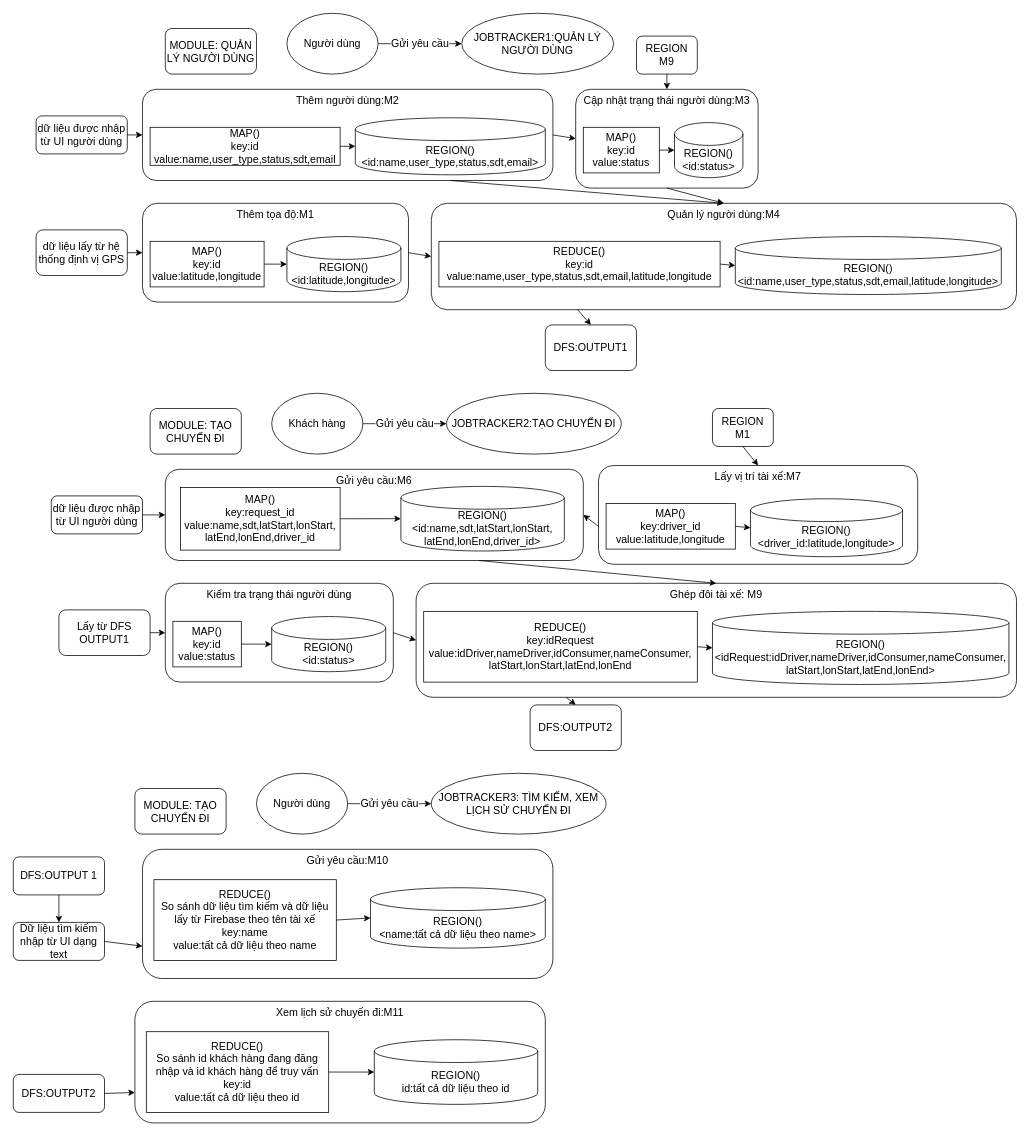
Above: Untitled Diagram.drawio in nguyenmanhtuan2004/bigdataproject (draw.io), before the change. Source tidied: cells renumbered, new cells numbered last; positions are measured from the earlier drawing's top-left corner, leaving out a move shared by most shapes. Both pictures are drawn from the tidied source at 76%, with x=0, y=0 at pixel (13, 13).
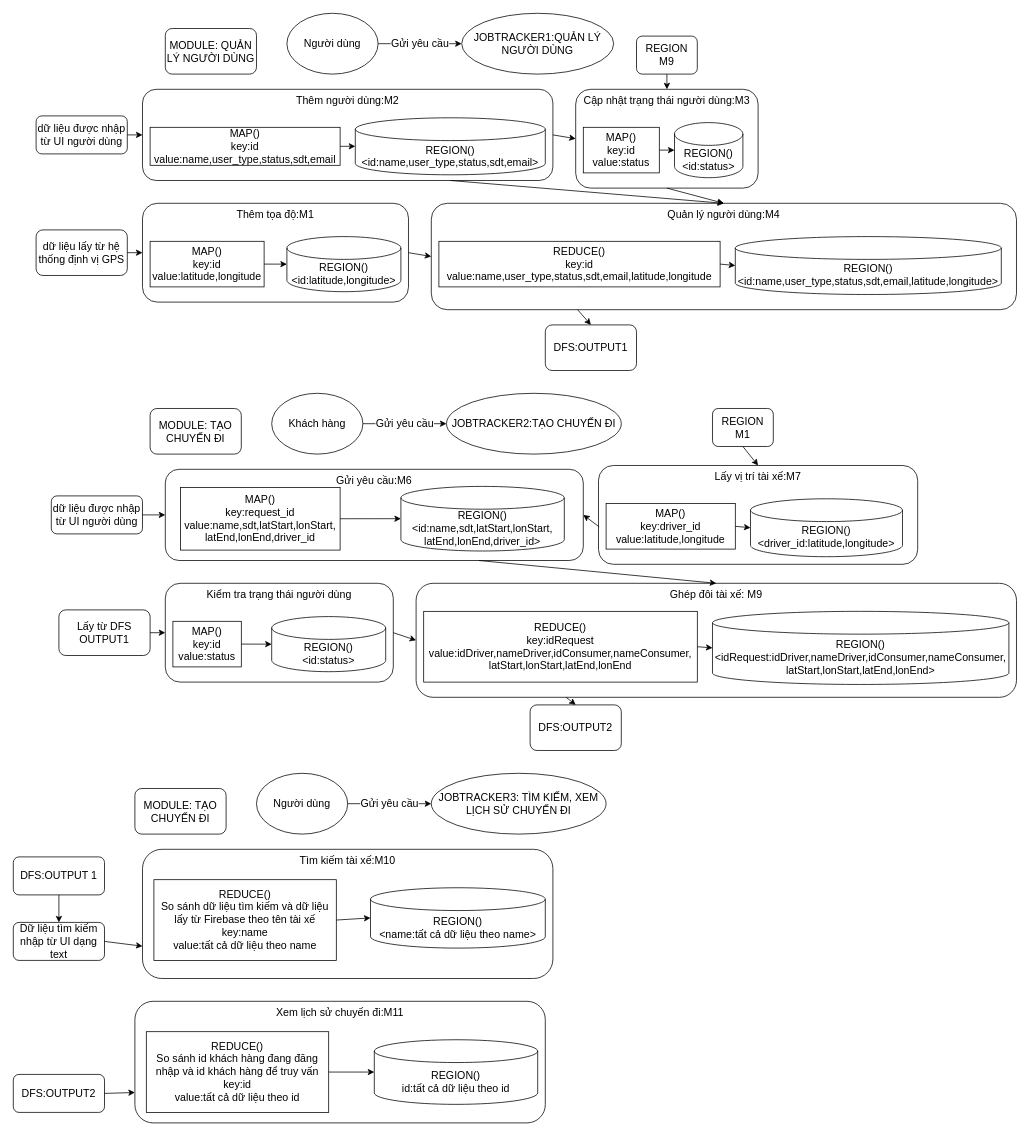
The same page after the edit.

Change to the diagram source:
```diff
@@
-    <mxCell id="70" value="&lt;div&gt;Gửi yêu cầu:M10&lt;/div&gt;" style="rounded=1;whiteSpace=wrap;html=1;verticalAlign=top;fontSize=14;" parent="1" vertex="1">
+    <mxCell id="70" value="&lt;div&gt;Tìm kiếm tài xế:M10&lt;/div&gt;" style="rounded=1;whiteSpace=wrap;html=1;verticalAlign=top;fontSize=14;" parent="1" vertex="1">
       <mxGeometry x="170" y="1100" width="540" height="170" as="geometry" />
     </mxCell>
```
